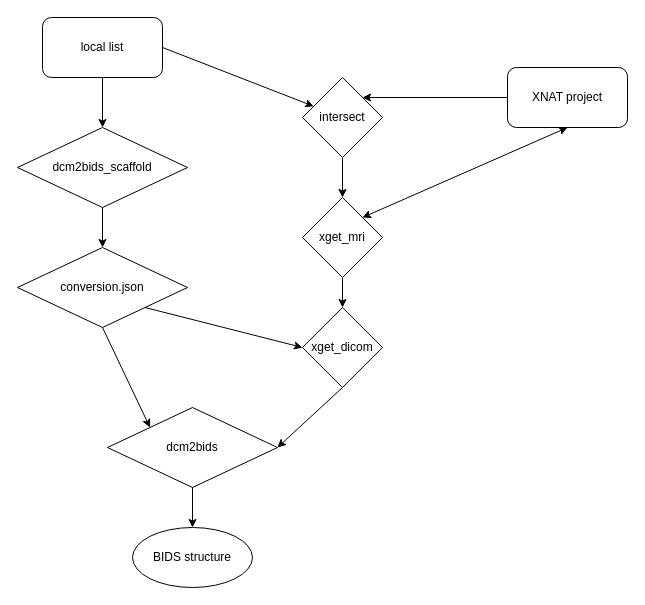
This is doc/xnat2bids.drawio from asqwerty666/acenip, a draw.io file, before an edit. Source tidied: cells renumbered, new cells numbered last; positions are measured from the earlier drawing's top-left corner, leaving out a move shared by most shapes. Both pictures are drawn from the tidied source at 100%, with x=0, y=0 at pixel (17, 17).
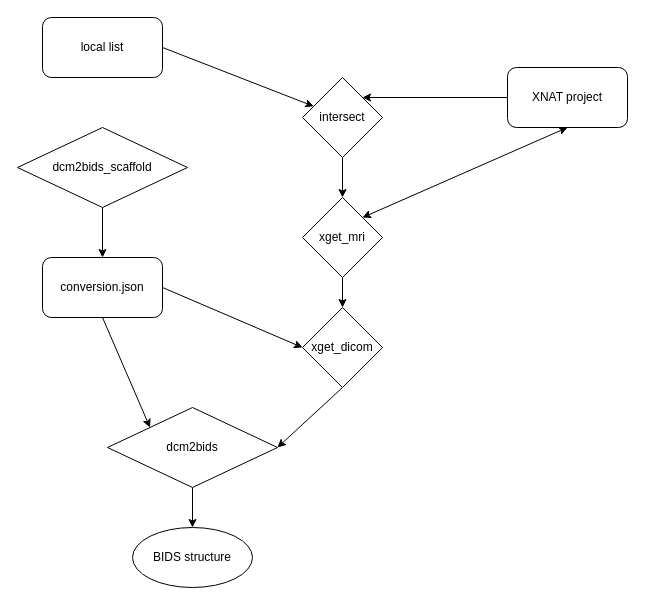
After the change.

Unchanged cells that the change refers to:
```xml
<mxCell id="3" value="&lt;div&gt;local list&lt;/div&gt;" style="rounded=1;whiteSpace=wrap;html=1;" parent="1" vertex="1">
  <mxGeometry x="25" width="120" height="60" as="geometry" />
</mxCell>
<mxCell id="10" value="dcm2bids_scaffold" style="rhombus;whiteSpace=wrap;html=1;" parent="1" vertex="1">
  <mxGeometry y="110" width="170" height="80" as="geometry" />
</mxCell>
<mxCell id="15" value="xget_dicom" style="rhombus;whiteSpace=wrap;html=1;" parent="1" vertex="1">
  <mxGeometry x="285" y="290" width="80" height="80" as="geometry" />
</mxCell>
```

Diff of the diagram source:
```diff
@@
-    <mxCell id="8" style="endArrow=classic;html=1;rounded=0;exitX=0.5;exitY=1;exitDx=0;exitDy=0;entryX=0.5;entryY=0;entryDx=0;entryDy=0;" parent="1" edge="1" source="3" target="10">
-      <mxGeometry relative="1" as="geometry" />
-    </mxCell>
-    <mxCell id="9" style="edgeStyle=orthogonalEdgeStyle;rounded=0;jettySize=auto;html=1;" parent="1" edge="1" source="10" target="11">
+    <mxCell id="9" style="edgeStyle=orthogonalEdgeStyle;rounded=0;jettySize=auto;html=1;entryX=0.5;entryY=0;entryDx=0;entryDy=0;" parent="1" edge="1" source="10" target="11">
       <mxGeometry relative="1" as="geometry" />
     </mxCell>
@@
-    <mxCell id="11" value="&lt;div&gt;conversion.json&lt;/div&gt;" style="rhombus;whiteSpace=wrap;html=1;" parent="1" vertex="1">
-      <mxGeometry y="230" width="170" height="80" as="geometry" />
-    </mxCell>
@@
-    <mxCell id="16" style="endArrow=classic;html=1;rounded=0;entryX=0;entryY=0.5;entryDx=0;entryDy=0;exitX=1;exitY=1;exitDx=0;exitDy=0;" parent="1" edge="1" source="11" target="15">
+    <mxCell id="16" style="endArrow=classic;html=1;rounded=0;entryX=0;entryY=0.5;entryDx=0;entryDy=0;exitX=1;exitY=0.5;exitDx=0;exitDy=0;" parent="1" edge="1" source="11" target="15">
       <mxGeometry relative="1" as="geometry" />
     </mxCell>
@@
+    <mxCell id="11" value="&lt;div&gt;conversion.json&lt;/div&gt;" style="rounded=1;whiteSpace=wrap;html=1;" parent="1" vertex="1">
+      <mxGeometry x="25" y="240" width="120" height="60" as="geometry" />
+    </mxCell>
```
